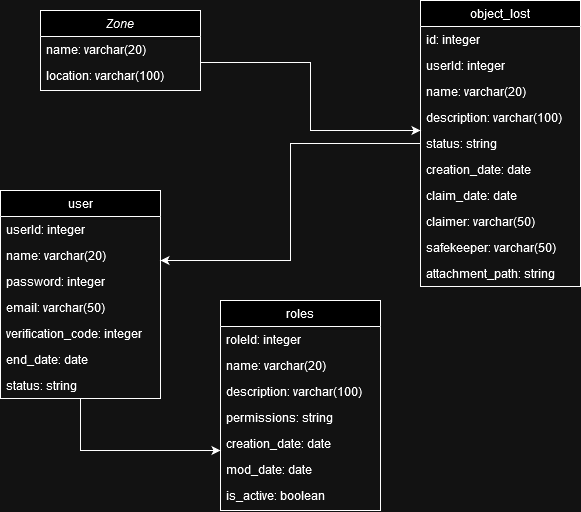
This is diagramdb.png from utn-integrador-III/student-service-api, a draw.io export, as it was before one commit. Source tidied: cells renumbered, new cells last; positions are measured from the earlier drawing's top-left corner, leaving out a move shared by most shapes.
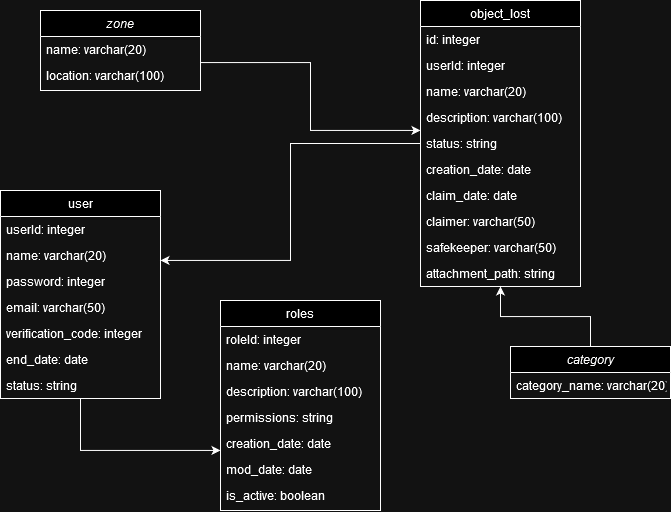
Above is the later version.

Diff of the diagram source:
```diff
@@ -10,7 +10,7 @@
         </Array>
       </mxGeometry>
     </mxCell>
-    <mxCell id="3" value="Zone" style="swimlane;fontStyle=2;align=center;verticalAlign=top;horizontal=1;startSize=26;rounded=0;shadow=0;strokeWidth=1;" parent="1" vertex="1">
+    <mxCell id="3" value="zone" style="swimlane;fontStyle=2;align=center;verticalAlign=top;horizontal=1;startSize=26;rounded=0;shadow=0;strokeWidth=1;" parent="1" vertex="1">
       <mxGeometry x="40" y="10" width="160" height="80" as="geometry" />
     </mxCell>
     <mxCell id="4" value="name: varchar(20)" style="text;align=left;verticalAlign=top;spacingLeft=4;spacingRight=4;overflow=hidden;rounded=0;shadow=0;html=0;" parent="3" vertex="1">
@@ -115,5 +115,14 @@
     <mxCell id="34" value="is_active: boolean" style="text;align=left;verticalAlign=top;spacingLeft=4;spacingRight=4;overflow=hidden;" parent="27" vertex="1">
       <mxGeometry y="182" width="160" height="26" as="geometry" />
     </mxCell>
+    <mxCell id="35" style="edgeStyle=orthogonalEdgeStyle;rounded=0;jettySize=auto;html=1;" parent="1" edge="1" source="36" target="16">
+      <mxGeometry relative="1" as="geometry" />
+    </mxCell>
+    <mxCell id="36" value="category" style="swimlane;fontStyle=2;align=center;verticalAlign=top;horizontal=1;startSize=26;rounded=0;shadow=0;strokeWidth=1;" parent="1" vertex="1">
+      <mxGeometry x="510" y="346" width="160" height="52" as="geometry" />
+    </mxCell>
+    <mxCell id="37" value="category_name: varchar(20)" style="text;align=left;verticalAlign=top;spacingLeft=4;spacingRight=4;overflow=hidden;rounded=0;shadow=0;html=0;" parent="36" vertex="1">
+      <mxGeometry y="26" width="160" height="26" as="geometry" />
+    </mxCell>
   </root>
 </mxGraphModel>
```
